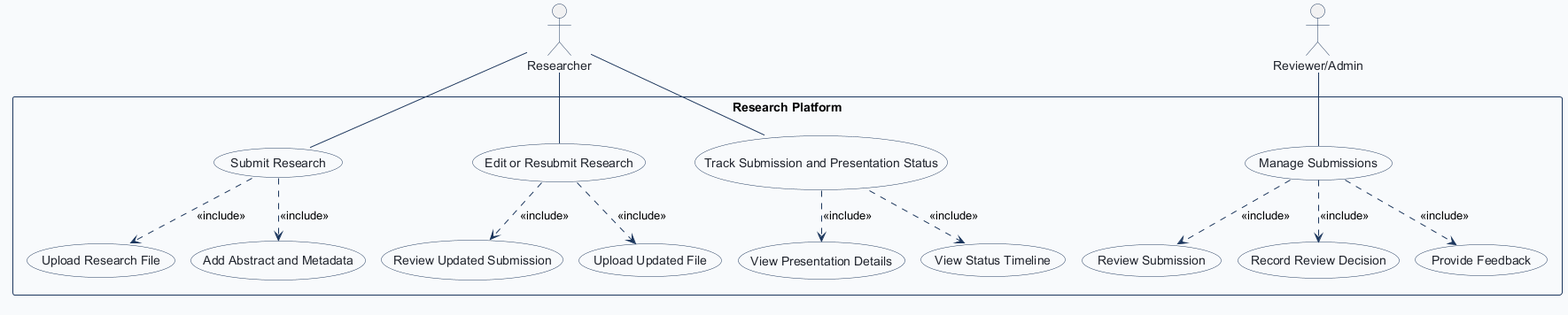
The PlantUML diagram docs/diagrams/use-case.png in JoshuaS05/comp3613a1, before a commit.
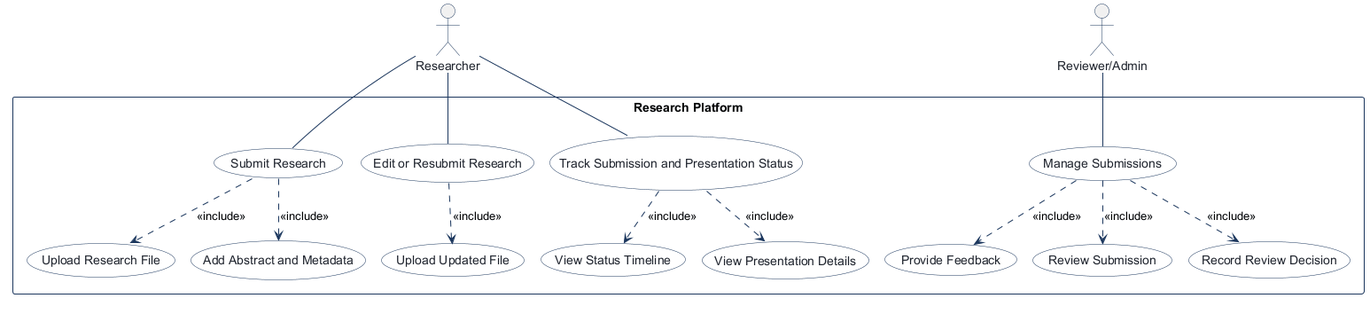
After the change.

Change to the diagram source:
```diff
@@ -18,7 +18,6 @@
   usecase "Upload Research File" as Upload_Research_File
   usecase "Add Abstract and Metadata" as Add_Abstract_and_Metadata
   usecase "Edit or Resubmit Research" as Edit_or_Resubmit_Research
-  usecase "Review Updated Submission" as Review_Updated_Submission
   usecase "Upload Updated File" as Upload_Updated_File
   usecase "Manage Submissions" as Manage_Submissions
   usecase "Review Submission" as Review_Submission
@@ -35,7 +34,6 @@
 Submit_Research ..> Upload_Research_File : <<include>>
 Submit_Research ..> Add_Abstract_and_Metadata : <<include>>
 Researcher -- Edit_or_Resubmit_Research
-Edit_or_Resubmit_Research ..> Review_Updated_Submission : <<include>>
 Edit_or_Resubmit_Research ..> Upload_Updated_File : <<include>>
 Reviewer_Admin -- Manage_Submissions
 Manage_Submissions ..> Review_Submission : <<include>>
```
